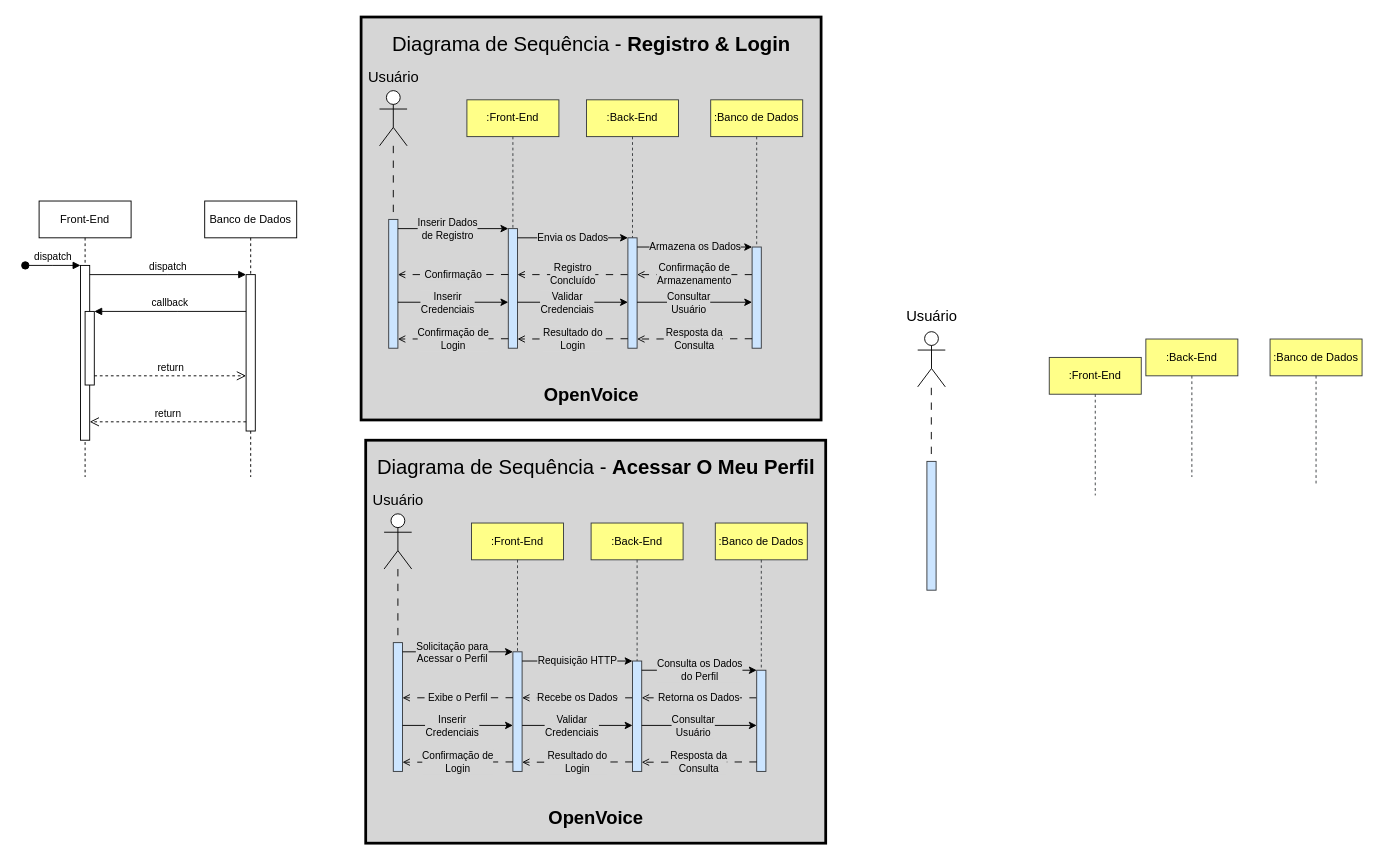
This is misc/diagramas/Diagrama de Sequência/Diagrama de Sequência.drawio from VerbalThree/OpenVoice, a draw.io file, before an edit. Source tidied: cells renumbered, new cells numbered last; positions are measured from the earlier drawing's top-left corner, leaving out a move shared by most shapes. Both pictures are drawn from the tidied source at 92%, with x=0, y=0 at pixel (25, 17).
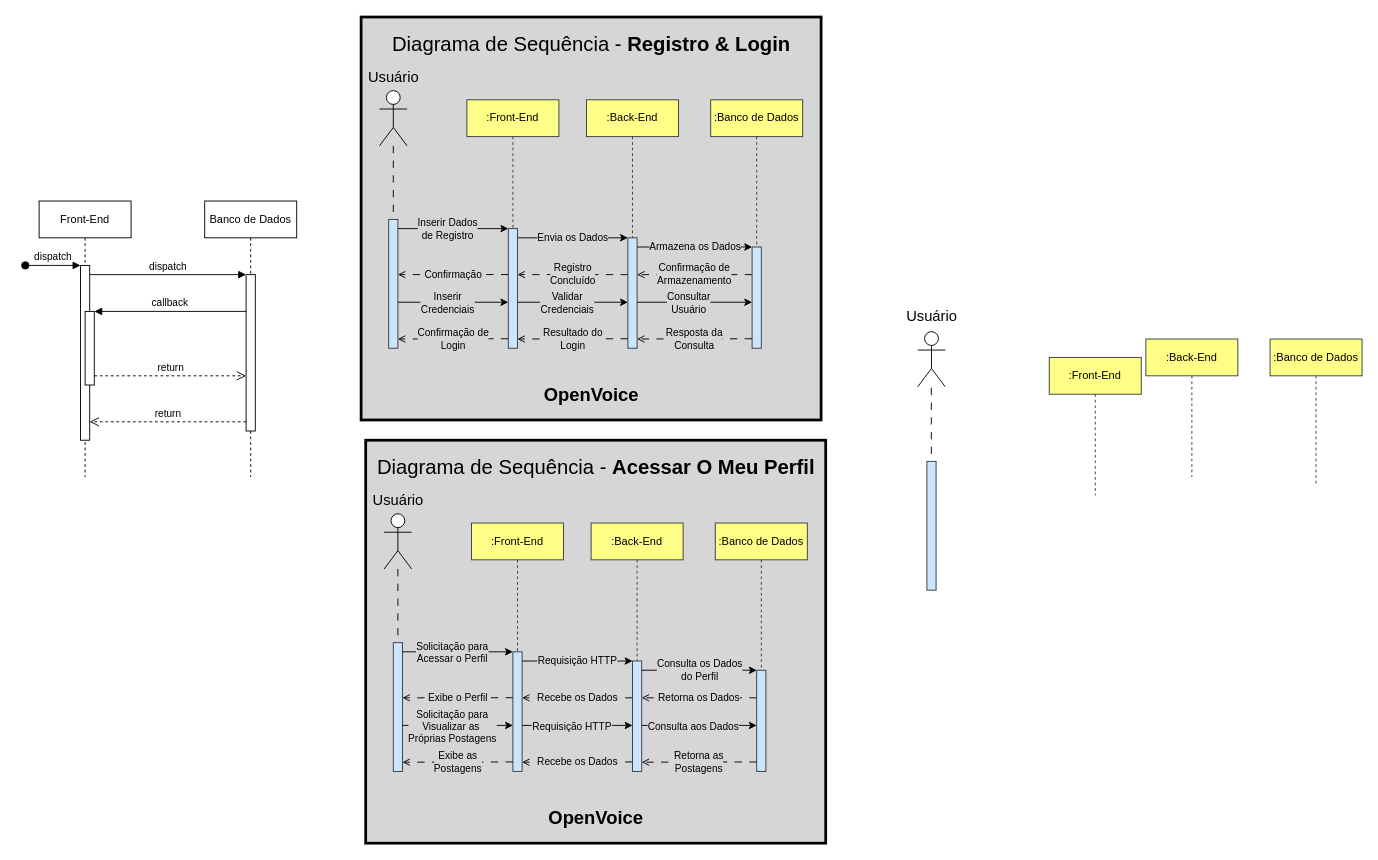
The same page after the edit.

The change refers to these unchanged cells:
```xml
<mxCell id="66" style="endArrow=classic;html=1;rounded=0;" parent="1" edge="1">
  <mxGeometry relative="1" as="geometry">
    <mxPoint x="410" y="770" as="sourcePoint" />
    <mxPoint x="530" y="770" as="targetPoint" />
    <Array as="points">
      <mxPoint x="470" y="770" />
    </Array>
  </mxGeometry>
</mxCell>
<mxCell id="68" style="endArrow=classic;html=1;rounded=0;" parent="1" edge="1">
  <mxGeometry relative="1" as="geometry">
    <mxPoint x="540" y="770" as="sourcePoint" />
    <mxPoint x="660" y="770" as="targetPoint" />
    <Array as="points">
      <mxPoint x="600" y="770" />
    </Array>
  </mxGeometry>
</mxCell>
<mxCell id="70" style="endArrow=classic;html=1;rounded=0;" parent="1" edge="1">
  <mxGeometry relative="1" as="geometry">
    <mxPoint x="670" y="770" as="sourcePoint" />
    <mxPoint x="795" y="770" as="targetPoint" />
    <Array as="points">
      <mxPoint x="730" y="770" />
    </Array>
  </mxGeometry>
</mxCell>
```

Change to the diagram source:
```diff
@@
-    <mxCell id="67" value="&lt;div&gt;Inserir&lt;/div&gt;&lt;div&gt;Credenciais&lt;br&gt;&lt;/div&gt;" style="edgeLabel;html=1;align=center;verticalAlign=middle;labelBackgroundColor=#d6d6d6;" parent="66" vertex="1">
+    <mxCell id="67" value="Solicitação para&lt;div&gt;Visualizar as&amp;nbsp;&lt;/div&gt;&lt;div&gt;Próprias Postagens&lt;/div&gt;" style="edgeLabel;html=1;align=center;verticalAlign=middle;labelBackgroundColor=#d6d6d6;" parent="66" vertex="1">
       <mxGeometry x="-0.12" relative="1" as="geometry" />
     </mxCell>
@@
-    <mxCell id="69" value="&lt;div&gt;Validar&lt;/div&gt;&lt;div&gt;Credenciais&lt;br&gt;&lt;/div&gt;" style="edgeLabel;html=1;align=center;verticalAlign=middle;labelBackgroundColor=#d6d6d6;" parent="68" vertex="1">
+    <mxCell id="69" value="Requisição HTTP" style="edgeLabel;html=1;align=center;verticalAlign=middle;labelBackgroundColor=#d6d6d6;" parent="68" vertex="1">
       <mxGeometry x="-0.12" relative="1" as="geometry" />
     </mxCell>
@@
-    <mxCell id="71" value="&lt;div&gt;Consultar&lt;/div&gt;&lt;div&gt;Usuário&lt;br&gt;&lt;/div&gt;" style="edgeLabel;html=1;align=center;verticalAlign=middle;labelBackgroundColor=#d6d6d6;" parent="70" vertex="1">
+    <mxCell id="71" value="Consulta aos Dados" style="edgeLabel;html=1;align=center;verticalAlign=middle;labelBackgroundColor=#d6d6d6;" parent="70" vertex="1">
       <mxGeometry x="-0.12" relative="1" as="geometry" />
     </mxCell>
-    <mxCell id="72" value="&lt;div&gt;Resposta da&lt;/div&gt;&lt;div&gt;Consulta&lt;br&gt;&lt;/div&gt;" style="edgeStyle=elbowEdgeStyle;rounded=0;orthogonalLoop=1;jettySize=auto;html=1;elbow=vertical;curved=0;dashed=1;dashPattern=8 8;endArrow=open;endFill=0;labelBackgroundColor=#d6d6d6;" parent="1" edge="1">
+    <mxCell id="72" value="Retorna as&lt;div&gt;Postagens&lt;/div&gt;" style="edgeStyle=elbowEdgeStyle;rounded=0;orthogonalLoop=1;jettySize=auto;html=1;elbow=vertical;curved=0;dashed=1;dashPattern=8 8;endArrow=open;endFill=0;labelBackgroundColor=#d6d6d6;" parent="1" edge="1">
       <mxGeometry relative="1" as="geometry">
         <mxPoint x="795" y="809.7" as="sourcePoint" />
         <mxPoint x="670" y="809.7" as="targetPoint" />
       </mxGeometry>
     </mxCell>
-    <mxCell id="73" value="&lt;div&gt;Resultado do&lt;/div&gt;&lt;div&gt;Login&lt;br&gt;&lt;/div&gt;" style="edgeStyle=elbowEdgeStyle;rounded=0;orthogonalLoop=1;jettySize=auto;html=1;elbow=vertical;curved=0;dashed=1;dashPattern=8 8;endArrow=open;endFill=0;labelBackgroundColor=#d6d6d6;" parent="1" edge="1">
+    <mxCell id="73" value="Recebe os Dados" style="edgeStyle=elbowEdgeStyle;rounded=0;orthogonalLoop=1;jettySize=auto;html=1;elbow=vertical;curved=0;dashed=1;dashPattern=8 8;endArrow=open;endFill=0;labelBackgroundColor=#d6d6d6;" parent="1" edge="1">
       <mxGeometry relative="1" as="geometry">
         <mxPoint x="660" y="809.7" as="sourcePoint" />
         <mxPoint x="540" y="809.7" as="targetPoint" />
       </mxGeometry>
     </mxCell>
-    <mxCell id="74" value="&lt;div&gt;Confirmação de&lt;/div&gt;&lt;div&gt;Login&lt;br&gt;&lt;/div&gt;" style="edgeStyle=elbowEdgeStyle;rounded=0;orthogonalLoop=1;jettySize=auto;html=1;elbow=vertical;curved=0;dashed=1;dashPattern=8 8;endArrow=open;endFill=0;labelBackgroundColor=#d6d6d6;" parent="1" edge="1">
+    <mxCell id="74" value="Exibe as&lt;div&gt;Postagens&lt;/div&gt;" style="edgeStyle=elbowEdgeStyle;rounded=0;orthogonalLoop=1;jettySize=auto;html=1;elbow=vertical;curved=0;dashed=1;dashPattern=8 8;endArrow=open;endFill=0;labelBackgroundColor=#d6d6d6;" parent="1" edge="1">
       <mxGeometry relative="1" as="geometry">
         <mxPoint x="530" y="809.7" as="sourcePoint" />
         <mxPoint x="410" y="809.7" as="targetPoint" />
       </mxGeometry>
     </mxCell>
```
